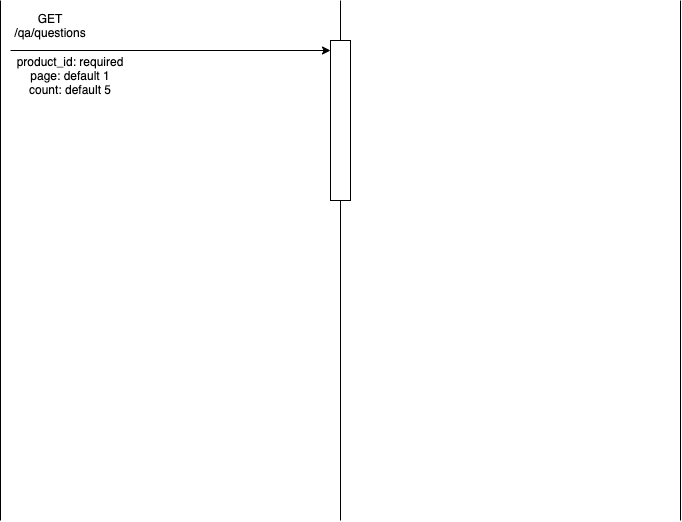
Before: models/webSequence.drawio.png, a diagram exported from draw.io (System-Design-Capstone-Team-Tartan/QuestionsAndAnswersAPI). Source tidied: cells renumbered, new cells last; positions are measured from the earlier drawing's top-left corner, leaving out a move shared by most shapes. Its diagram source:
```xml
<mxGraphModel>
  <root>
    <mxCell id="0" />
    <mxCell id="1" parent="0" />
    <mxCell id="2" style="endArrow=none;html=1;" parent="1" edge="1">
      <mxGeometry relative="1" as="geometry">
        <mxPoint y="520" as="sourcePoint" />
        <mxPoint as="targetPoint" />
      </mxGeometry>
    </mxCell>
    <mxCell id="3" value="GET&lt;br&gt;/qa/questions" style="text;html=1;strokeColor=none;fillColor=none;align=center;verticalAlign=middle;whiteSpace=wrap;rounded=0;" parent="1" vertex="1">
      <mxGeometry x="10" y="10" width="80" height="30" as="geometry" />
    </mxCell>
    <mxCell id="4" style="endArrow=none;html=1;" parent="1" edge="1">
      <mxGeometry relative="1" as="geometry">
        <mxPoint x="340" y="520" as="sourcePoint" />
        <mxPoint x="340" as="targetPoint" />
      </mxGeometry>
    </mxCell>
    <mxCell id="5" style="endArrow=none;html=1;" parent="1" edge="1">
      <mxGeometry relative="1" as="geometry">
        <mxPoint x="680" y="520" as="sourcePoint" />
        <mxPoint x="680" as="targetPoint" />
      </mxGeometry>
    </mxCell>
    <mxCell id="6" style="endArrow=classic;html=1;" parent="1" edge="1">
      <mxGeometry relative="1" as="geometry">
        <mxPoint x="10" y="50" as="sourcePoint" />
        <mxPoint x="330" y="50" as="targetPoint" />
      </mxGeometry>
    </mxCell>
    <mxCell id="7" value="product_id: required&lt;br&gt;page: default 1&lt;br&gt;count: default 5" style="text;html=1;strokeColor=none;fillColor=none;align=center;verticalAlign=middle;whiteSpace=wrap;rounded=0;" parent="1" vertex="1">
      <mxGeometry x="10" y="50" width="120" height="50" as="geometry" />
    </mxCell>
    <mxCell id="8" style="rounded=0;whiteSpace=wrap;html=1;" parent="1" vertex="1">
      <mxGeometry x="330" y="40" width="20" height="160" as="geometry" />
    </mxCell>
  </root>
</mxGraphModel>
```
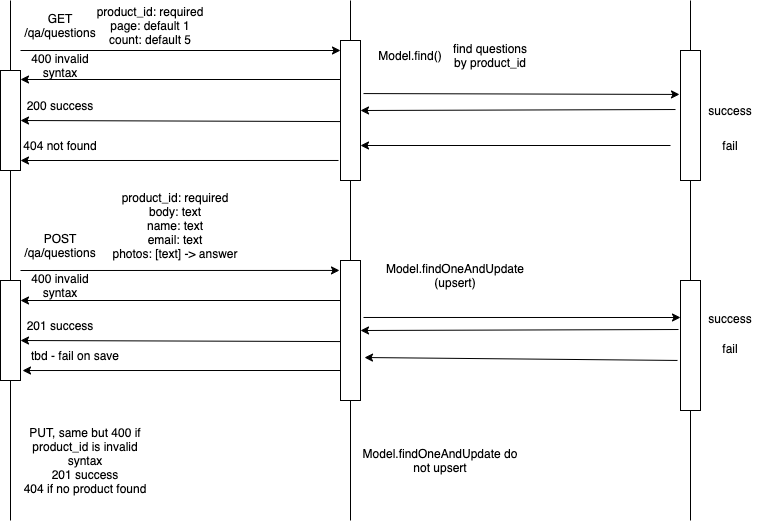
After the commit.

Change to the diagram source:
```diff
@@ -2,24 +2,21 @@
   <root>
     <mxCell id="0" />
     <mxCell id="1" parent="0" />
-    <mxCell id="2" style="endArrow=none;html=1;" parent="1" edge="1">
+    <mxCell id="2" style="endArrow=none;html=1;startArrow=none;" parent="1" edge="1" source="16">
       <mxGeometry relative="1" as="geometry">
-        <mxPoint y="520" as="sourcePoint" />
         <mxPoint as="targetPoint" />
       </mxGeometry>
     </mxCell>
     <mxCell id="3" value="GET&lt;br&gt;/qa/questions" style="text;html=1;strokeColor=none;fillColor=none;align=center;verticalAlign=middle;whiteSpace=wrap;rounded=0;" parent="1" vertex="1">
       <mxGeometry x="10" y="10" width="80" height="30" as="geometry" />
     </mxCell>
-    <mxCell id="4" style="endArrow=none;html=1;" parent="1" edge="1">
+    <mxCell id="4" style="endArrow=none;html=1;startArrow=none;" parent="1" edge="1" source="25">
       <mxGeometry relative="1" as="geometry">
-        <mxPoint x="340" y="520" as="sourcePoint" />
         <mxPoint x="340" as="targetPoint" />
       </mxGeometry>
     </mxCell>
-    <mxCell id="5" style="endArrow=none;html=1;" parent="1" edge="1">
+    <mxCell id="5" style="endArrow=none;html=1;startArrow=none;" parent="1" edge="1" source="11">
       <mxGeometry relative="1" as="geometry">
-        <mxPoint x="680" y="520" as="sourcePoint" />
         <mxPoint x="680" as="targetPoint" />
       </mxGeometry>
     </mxCell>
@@ -30,10 +27,148 @@
       </mxGeometry>
     </mxCell>
     <mxCell id="7" value="product_id: required&lt;br&gt;page: default 1&lt;br&gt;count: default 5" style="text;html=1;strokeColor=none;fillColor=none;align=center;verticalAlign=middle;whiteSpace=wrap;rounded=0;" parent="1" vertex="1">
-      <mxGeometry x="10" y="50" width="120" height="50" as="geometry" />
+      <mxGeometry x="80" width="120" height="50" as="geometry" />
     </mxCell>
     <mxCell id="8" style="rounded=0;whiteSpace=wrap;html=1;" parent="1" vertex="1">
-      <mxGeometry x="330" y="40" width="20" height="160" as="geometry" />
+      <mxGeometry x="330" y="40" width="20" height="140" as="geometry" />
     </mxCell>
+    <mxCell id="9" style="endArrow=classic;html=1;entryX=0;entryY=1;entryDx=0;entryDy=0;exitX=0;exitY=0.579;exitDx=0;exitDy=0;exitPerimeter=0;" parent="1" edge="1" source="8" target="18">
+      <mxGeometry relative="1" as="geometry" />
+    </mxCell>
+    <mxCell id="10" value="400 invalid syntax" style="text;html=1;strokeColor=none;fillColor=none;align=center;verticalAlign=middle;whiteSpace=wrap;rounded=0;" parent="1" vertex="1">
+      <mxGeometry x="10" y="50" width="80" height="30" as="geometry" />
+    </mxCell>
+    <mxCell id="11" style="rounded=0;whiteSpace=wrap;html=1;" parent="1" vertex="1">
+      <mxGeometry x="670" y="50" width="20" height="130" as="geometry" />
+    </mxCell>
+    <mxCell id="12" style="endArrow=none;html=1;" parent="1" edge="1" target="11">
+      <mxGeometry relative="1" as="geometry">
+        <mxPoint x="680" y="520" as="sourcePoint" />
+      </mxGeometry>
+    </mxCell>
+    <mxCell id="13" value="find questions by product_id" style="text;html=1;strokeColor=none;fillColor=none;align=center;verticalAlign=middle;whiteSpace=wrap;rounded=0;" parent="1" vertex="1">
+      <mxGeometry x="440" y="40" width="80" height="30" as="geometry" />
+    </mxCell>
+    <mxCell id="14" value="Model.find()" style="text;html=1;strokeColor=none;fillColor=none;align=center;verticalAlign=middle;whiteSpace=wrap;rounded=0;" parent="1" vertex="1">
+      <mxGeometry x="360" y="40" width="80" height="30" as="geometry" />
+    </mxCell>
+    <mxCell id="15" style="endArrow=classic;html=1;exitX=-0.1;exitY=0.857;exitDx=0;exitDy=0;entryX=0;entryY=1;entryDx=0;entryDy=0;exitPerimeter=0;" parent="1" edge="1" source="8" target="19">
+      <mxGeometry relative="1" as="geometry" />
+    </mxCell>
+    <mxCell id="16" style="rounded=0;whiteSpace=wrap;html=1;" parent="1" vertex="1">
+      <mxGeometry x="-10" y="70" width="20" height="100" as="geometry" />
+    </mxCell>
+    <mxCell id="17" style="endArrow=none;html=1;" parent="1" edge="1" target="16">
+      <mxGeometry relative="1" as="geometry">
+        <mxPoint y="520" as="sourcePoint" />
+      </mxGeometry>
+    </mxCell>
+    <mxCell id="18" value="200 success" style="text;html=1;strokeColor=none;fillColor=none;align=center;verticalAlign=middle;whiteSpace=wrap;rounded=0;" parent="1" vertex="1">
+      <mxGeometry x="10" y="90" width="80" height="30" as="geometry" />
+    </mxCell>
+    <mxCell id="19" value="404 not found" style="text;html=1;strokeColor=none;fillColor=none;align=center;verticalAlign=middle;whiteSpace=wrap;rounded=0;" parent="1" vertex="1">
+      <mxGeometry x="10" y="130" width="80" height="30" as="geometry" />
+    </mxCell>
+    <mxCell id="20" style="endArrow=classic;html=1;" parent="1" edge="1">
+      <mxGeometry relative="1" as="geometry">
+        <mxPoint x="330" y="79" as="sourcePoint" />
+        <mxPoint x="10" y="79" as="targetPoint" />
+      </mxGeometry>
+    </mxCell>
+    <mxCell id="21" value="POST&lt;br&gt;/qa/questions" style="text;html=1;strokeColor=none;fillColor=none;align=center;verticalAlign=middle;whiteSpace=wrap;rounded=0;" parent="1" vertex="1">
+      <mxGeometry x="10" y="230" width="80" height="30" as="geometry" />
+    </mxCell>
+    <mxCell id="22" value="product_id: required&lt;br&gt;body: text&lt;br&gt;name: text&lt;br&gt;email: text&lt;br&gt;photos: [text] -&amp;gt; answer" style="text;html=1;strokeColor=none;fillColor=none;align=center;verticalAlign=middle;whiteSpace=wrap;rounded=0;" parent="1" vertex="1">
+      <mxGeometry x="90" y="190" width="150" height="70" as="geometry" />
+    </mxCell>
+    <mxCell id="23" style="rounded=0;whiteSpace=wrap;html=1;" parent="1" vertex="1">
+      <mxGeometry x="-10" y="280" width="20" height="100" as="geometry" />
+    </mxCell>
+    <mxCell id="24" style="endArrow=classic;html=1;entryX=-0.05;entryY=0.071;entryDx=0;entryDy=0;entryPerimeter=0;" parent="1" edge="1" target="25">
+      <mxGeometry relative="1" as="geometry">
+        <mxPoint x="10" y="270" as="sourcePoint" />
+      </mxGeometry>
+    </mxCell>
+    <mxCell id="25" style="rounded=0;whiteSpace=wrap;html=1;" parent="1" vertex="1">
+      <mxGeometry x="330" y="260" width="20" height="140" as="geometry" />
+    </mxCell>
+    <mxCell id="26" style="endArrow=none;html=1;" parent="1" edge="1" target="25">
+      <mxGeometry relative="1" as="geometry">
+        <mxPoint x="340" y="520" as="sourcePoint" />
+      </mxGeometry>
+    </mxCell>
+    <mxCell id="27" style="endArrow=classic;html=1;" parent="1" edge="1">
+      <mxGeometry relative="1" as="geometry">
+        <mxPoint x="330" y="300" as="sourcePoint" />
+        <mxPoint x="10" y="300" as="targetPoint" />
+      </mxGeometry>
+    </mxCell>
+    <mxCell id="28" value="400 invalid syntax" style="text;html=1;strokeColor=none;fillColor=none;align=center;verticalAlign=middle;whiteSpace=wrap;rounded=0;" parent="1" vertex="1">
+      <mxGeometry x="10" y="270" width="80" height="30" as="geometry" />
+    </mxCell>
+    <mxCell id="29" style="endArrow=classic;html=1;entryX=0;entryY=1;entryDx=0;entryDy=0;exitX=0;exitY=0.579;exitDx=0;exitDy=0;exitPerimeter=0;" parent="1" edge="1">
+      <mxGeometry relative="1" as="geometry">
+        <mxPoint x="330" y="341.1" as="sourcePoint" />
+        <mxPoint x="10" y="340" as="targetPoint" />
+      </mxGeometry>
+    </mxCell>
+    <mxCell id="30" value="201 success" style="text;html=1;strokeColor=none;fillColor=none;align=center;verticalAlign=middle;whiteSpace=wrap;rounded=0;" parent="1" vertex="1">
+      <mxGeometry x="10" y="310" width="80" height="30" as="geometry" />
+    </mxCell>
+    <mxCell id="31" style="endArrow=classic;html=1;exitX=1.15;exitY=0.379;exitDx=0;exitDy=0;exitPerimeter=0;entryX=-0.05;entryY=0.338;entryDx=0;entryDy=0;entryPerimeter=0;" parent="1" edge="1" source="8" target="11">
+      <mxGeometry relative="1" as="geometry" />
+    </mxCell>
+    <mxCell id="32" style="endArrow=classic;html=1;entryX=1;entryY=0.5;entryDx=0;entryDy=0;exitX=-0.25;exitY=0.454;exitDx=0;exitDy=0;exitPerimeter=0;" parent="1" edge="1" source="11" target="8">
+      <mxGeometry relative="1" as="geometry" />
+    </mxCell>
+    <mxCell id="33" style="endArrow=classic;html=1;entryX=1;entryY=0.75;entryDx=0;entryDy=0;" parent="1" edge="1" target="8">
+      <mxGeometry relative="1" as="geometry">
+        <mxPoint x="660" y="145" as="sourcePoint" />
+      </mxGeometry>
+    </mxCell>
+    <mxCell id="34" value="success" style="text;html=1;strokeColor=none;fillColor=none;align=center;verticalAlign=middle;whiteSpace=wrap;rounded=0;" parent="1" vertex="1">
+      <mxGeometry x="690" y="102.5" width="60" height="15" as="geometry" />
+    </mxCell>
+    <mxCell id="35" value="fail" style="text;html=1;strokeColor=none;fillColor=none;align=center;verticalAlign=middle;whiteSpace=wrap;rounded=0;" parent="1" vertex="1">
+      <mxGeometry x="690" y="137.5" width="60" height="15" as="geometry" />
+    </mxCell>
+    <mxCell id="36" style="endArrow=classic;html=1;exitX=-0.1;exitY=0.857;exitDx=0;exitDy=0;entryX=0;entryY=1;entryDx=0;entryDy=0;exitPerimeter=0;" parent="1" edge="1">
+      <mxGeometry relative="1" as="geometry">
+        <mxPoint x="330" y="370" as="sourcePoint" />
+        <mxPoint x="12" y="370" as="targetPoint" />
+      </mxGeometry>
+    </mxCell>
+    <mxCell id="37" value="Model.findOneAndUpdate (upsert)" style="text;html=1;strokeColor=none;fillColor=none;align=center;verticalAlign=middle;whiteSpace=wrap;rounded=0;" parent="1" vertex="1">
+      <mxGeometry x="360" y="260" width="170" height="30" as="geometry" />
+    </mxCell>
+    <mxCell id="38" style="endArrow=classic;html=1;exitX=1.15;exitY=0.407;exitDx=0;exitDy=0;exitPerimeter=0;" parent="1" edge="1" source="25">
+      <mxGeometry relative="1" as="geometry">
+        <mxPoint x="670" y="317" as="targetPoint" />
+      </mxGeometry>
+    </mxCell>
+    <mxCell id="39" style="rounded=0;whiteSpace=wrap;html=1;" parent="1" vertex="1">
+      <mxGeometry x="670" y="280" width="20" height="130" as="geometry" />
+    </mxCell>
+    <mxCell id="40" style="endArrow=classic;html=1;entryX=1;entryY=0.5;entryDx=0;entryDy=0;exitX=-0.1;exitY=0.377;exitDx=0;exitDy=0;exitPerimeter=0;" parent="1" edge="1" source="39" target="25">
+      <mxGeometry relative="1" as="geometry" />
+    </mxCell>
+    <mxCell id="41" value="success" style="text;html=1;strokeColor=none;fillColor=none;align=center;verticalAlign=middle;whiteSpace=wrap;rounded=0;" parent="1" vertex="1">
+      <mxGeometry x="690" y="310" width="60" height="15" as="geometry" />
+    </mxCell>
+    <mxCell id="42" value="fail" style="text;html=1;strokeColor=none;fillColor=none;align=center;verticalAlign=middle;whiteSpace=wrap;rounded=0;" parent="1" vertex="1">
+      <mxGeometry x="690" y="340" width="60" height="15" as="geometry" />
+    </mxCell>
+    <mxCell id="43" style="endArrow=classic;html=1;entryX=1.2;entryY=0.693;entryDx=0;entryDy=0;entryPerimeter=0;exitX=-0.15;exitY=0.615;exitDx=0;exitDy=0;exitPerimeter=0;" parent="1" edge="1" source="39" target="25">
+      <mxGeometry relative="1" as="geometry" />
+    </mxCell>
+    <mxCell id="44" value="PUT, same but 400 if product_id is invalid syntax&lt;br&gt;201 success&lt;br&gt;404 if no product found" style="text;html=1;strokeColor=none;fillColor=none;align=center;verticalAlign=middle;whiteSpace=wrap;rounded=0;" parent="1" vertex="1">
+      <mxGeometry x="10" y="390" width="130" height="140" as="geometry" />
+    </mxCell>
+    <mxCell id="45" value="tbd - fail on save" style="text;html=1;strokeColor=none;fillColor=none;align=center;verticalAlign=middle;whiteSpace=wrap;rounded=0;" parent="1" vertex="1">
+      <mxGeometry x="10" y="340" width="110" height="30" as="geometry" />
+    </mxCell>
+    <mxCell id="46" value="Model.findOneAndUpdate do not upsert" style="text;html=1;strokeColor=none;fillColor=none;align=center;verticalAlign=middle;whiteSpace=wrap;rounded=0;" parent="1" vertex="1">
+      <mxGeometry x="345" y="445" width="170" height="30" as="geometry" />
+    </mxCell>
   </root>
 </mxGraphModel>
```
